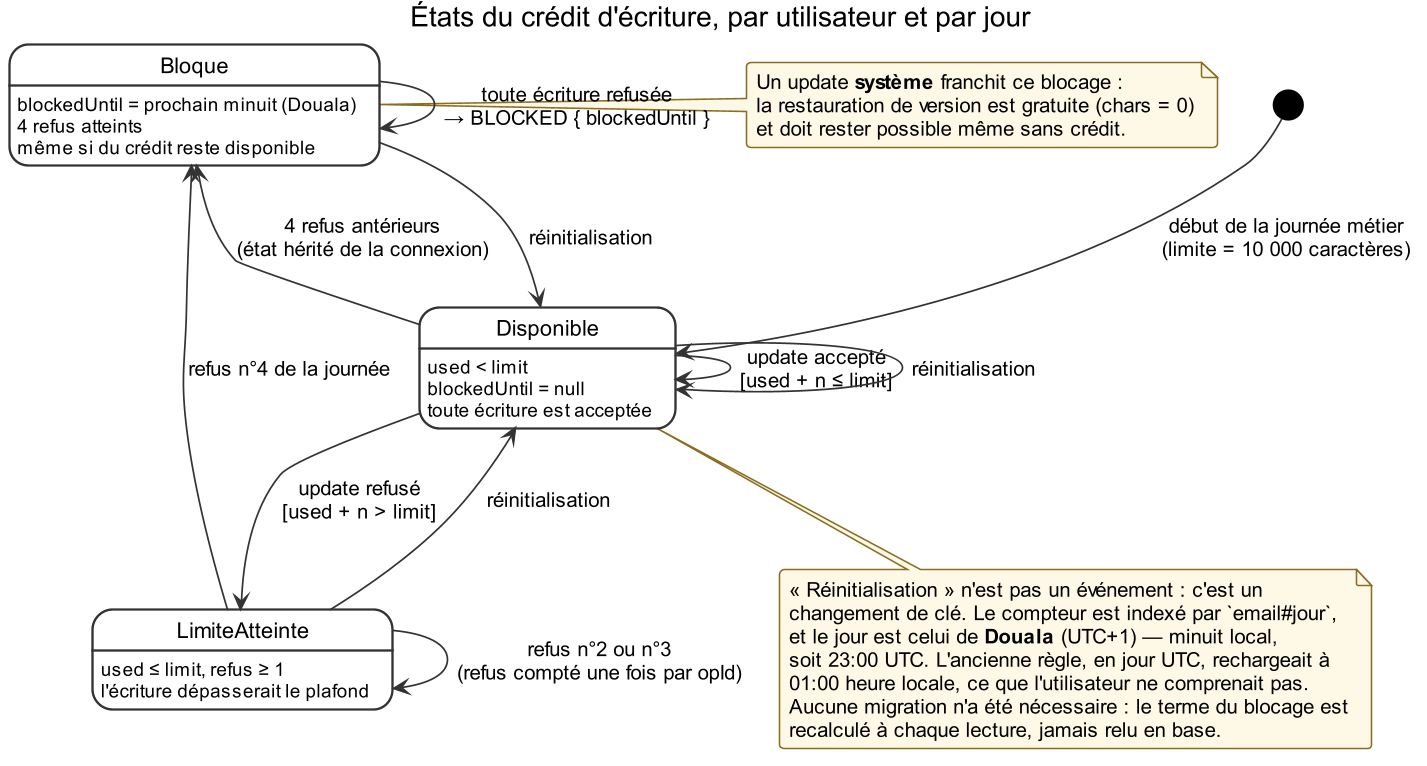
Earlier version of the PlantUML export docs/diagrammes-conception/png/08c-etats-credit.png (Djusse/Editeur_Partag-). Its source is kept beside it as docs/diagrammes-conception/puml/08c-etats-credit.puml.
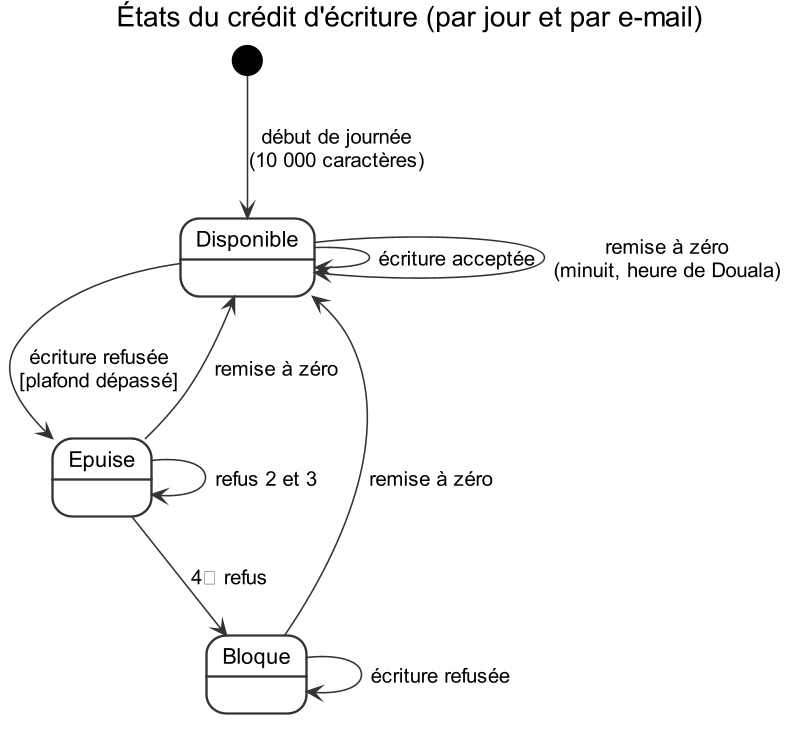
After the change.

The edit, as a diff of the source:
```diff
@@ -6,63 +6,21 @@
   shadowing false
   roundcorner 6
   ArrowColor #333333
-  ArrowThickness 1.1
   BackgroundColor white
   stateBackgroundColor #FFFFFF
   stateBorderColor #333333
-  noteBackgroundColor #FEF9E7
-  noteBorderColor #8A6D1F
 }
 
-title États du crédit d'écriture, par utilisateur et par jour
+title États du crédit d'écriture (par jour et par e-mail)
 
-[*] --> Disponible : début de la journée métier\n(limite = 10 000 caractères)
-
-state Disponible {
-  Disponible : used < limit
-  Disponible : blockedUntil = null
-  Disponible : toute écriture est acceptée
-}
-
-state LimiteAtteinte {
-  LimiteAtteinte : used ≤ limit, refus ≥ 1
-  LimiteAtteinte : l'écriture dépasserait le plafond
-}
-
-state Bloque {
-  Bloque : blockedUntil = prochain minuit (Douala)
-  Bloque : 4 refus atteints
-  Bloque : même si du crédit reste disponible
-}
-
-Disponible --> Disponible : update accepté\n[used + n ≤ limit]
-Disponible --> LimiteAtteinte : update refusé\n[used + n > limit]
-
-LimiteAtteinte --> LimiteAtteinte : refus n°2 ou n°3\n(refus compté une fois par opId)
-LimiteAtteinte --> Bloque : refus n°4 de la journée
-
-Disponible --> Bloque : 4 refus antérieurs\n(état hérité de la connexion)
-
-Bloque --> Bloque : toute écriture refusée\n→ BLOCKED { blockedUntil }
-
-note right of Bloque
-  Un update **système** franchit ce blocage :
-  la restauration de version est gratuite (chars = 0)
-  et doit rester possible même sans crédit.
-end note
-
-LimiteAtteinte --> Disponible : réinitialisation
-Bloque --> Disponible : réinitialisation
-Disponible --> Disponible : réinitialisation
-
-note bottom of Disponible
-  « Réinitialisation » n'est pas un événement : c'est un
-  changement de clé. Le compteur est indexé par `email#jour`,
-  et le jour est celui de **Douala** (UTC+1) — minuit local,
-  soit 23:00 UTC. L'ancienne règle, en jour UTC, rechargeait à
-  01:00 heure locale, ce que l'utilisateur ne comprenait pas.
-  Aucune migration n'a été nécessaire : le terme du blocage est
-  recalculé à chaque lecture, jamais relu en base.
-end note
+[*] --> Disponible : début de journée\n(10 000 caractères)
+Disponible --> Disponible : écriture acceptée
+Disponible --> Epuise : écriture refusée\n[plafond dépassé]
+Epuise --> Epuise : refus 2 et 3
+Epuise --> Bloque : 4ᵉ refus
+Bloque --> Bloque : écriture refusée
+Disponible --> Disponible : remise à zéro\n(minuit, heure de Douala)
+Epuise --> Disponible : remise à zéro
+Bloque --> Disponible : remise à zéro
 
 @enduml
```
